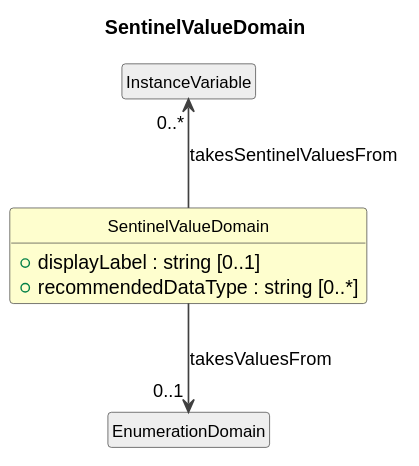
Above: cdif-uml-model/CDIFDataDescription/Classes/SentinelValueDomain.svg in Cross-Domain-Interoperability-Framework/metadataBuildingBlocks (PlantUML), before the change.
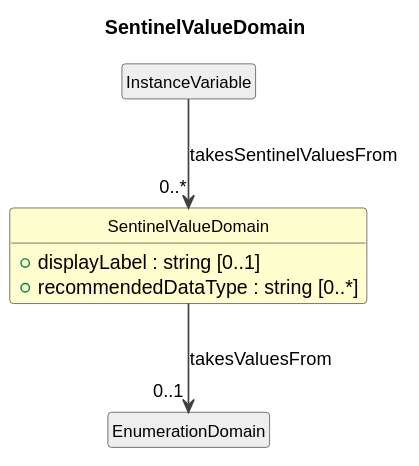
Above is the later version.

Change to the diagram source:
```diff
@@ -15,7 +15,7 @@
   +recommendedDataType : string [0..*]
 }
 class "InstanceVariable" as InstanceVariable #EEEEEE
-InstanceVariable "0..*" <-- SentinelValueDomain : takesSentinelValuesFrom
+InstanceVariable --> "0..*" SentinelValueDomain : takesSentinelValuesFrom
 class "EnumerationDomain" as EnumerationDomain #EEEEEE
 SentinelValueDomain --> "0..1" EnumerationDomain : takesValuesFrom
 @enduml
```
